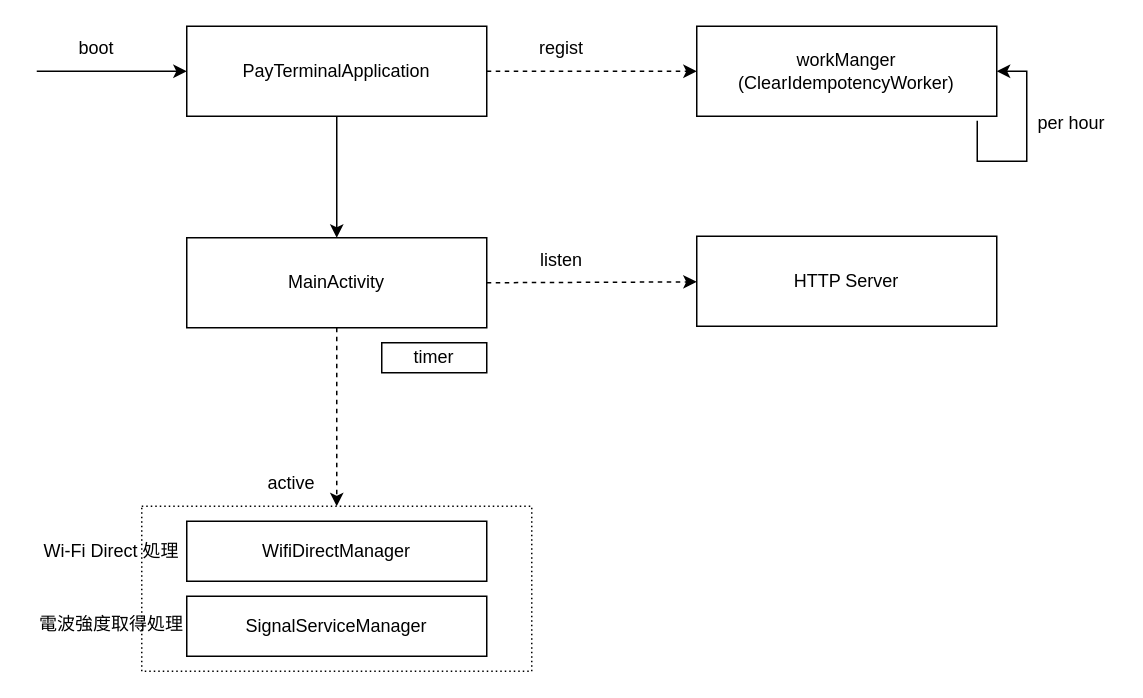
The draw.io diagram page "internal-structure" (3 of 3) of terminal-api/obj/page.drawio in kyoshizawa/kywiki, before the edit. Source tidied: cells renumbered, new cells numbered last; positions are measured from the earlier drawing's top-left corner, leaving out a move shared by most shapes. Both pictures are drawn from the tidied source at 150%, with x=0, y=0 at pixel (36, 26).
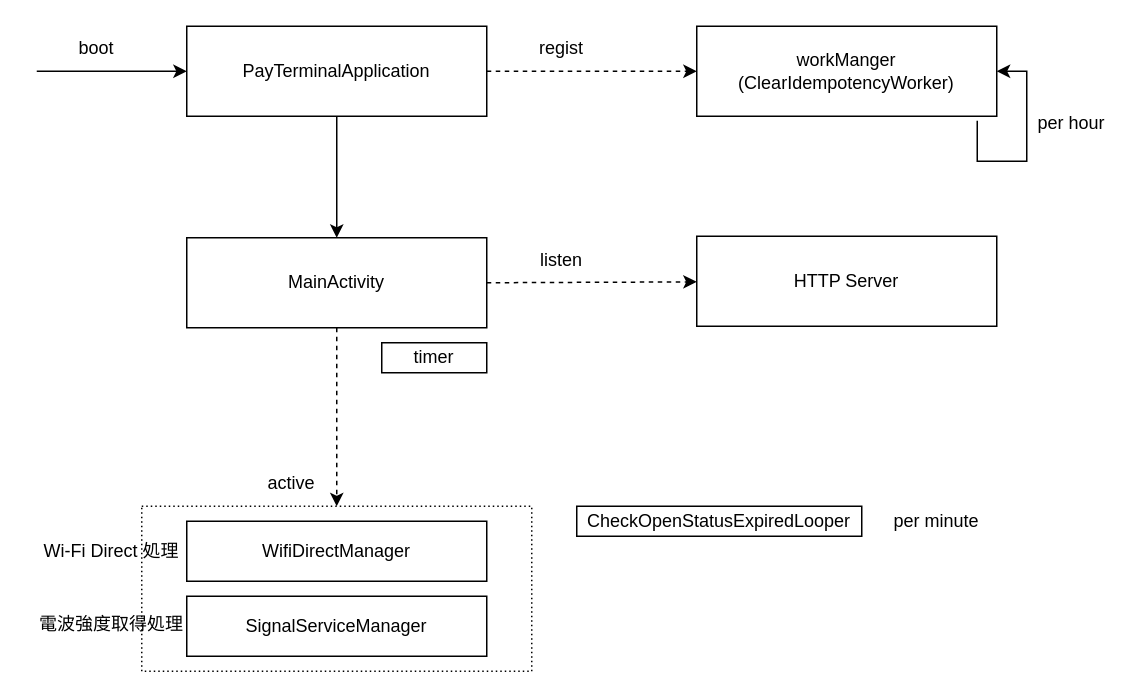
The same diagram, later.

The edit, as a diff of the source:
```diff
@@
+    <mxCell id="23" value="CheckOpenStatusExpiredLooper" style="rounded=0;whiteSpace=wrap;html=1;" parent="1" vertex="1">
+      <mxGeometry x="360" y="320" width="190" height="20" as="geometry" />
+    </mxCell>
+    <mxCell id="24" value="per minute" style="text;html=1;align=center;verticalAlign=middle;whiteSpace=wrap;rounded=0;" parent="1" vertex="1">
+      <mxGeometry x="570" y="315" width="60" height="30" as="geometry" />
+    </mxCell>
```
